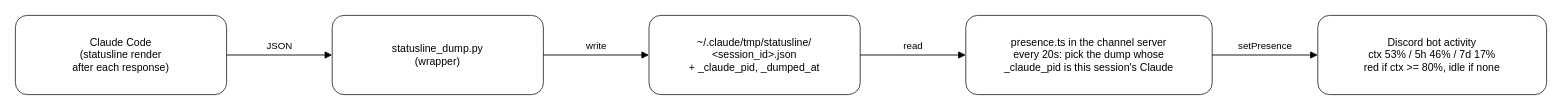
The draw.io diagram docs/diagrams/presence.drawio in ryuki-imachi/claude-code-discord-bot, before the edit. Source tidied: cells renumbered, new cells numbered last; positions are measured from the earlier drawing's top-left corner, leaving out a move shared by most shapes. Both pictures are drawn from the tidied source at 88%, with x=0, y=0 at pixel (15, 15).
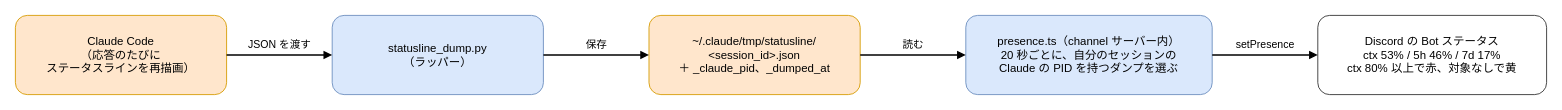
After the change.

Diff of the diagram source:
```diff
@@
 <mxGraphModel>
   <root>
     <mxCell id="0" />
     <mxCell id="1" parent="0" />
-    <mxCell id="2" value="Claude Code&lt;br&gt;(statusline render&lt;br&gt;after each response)" style="rounded=1;whiteSpace=wrap;html=1;fillColor=#FFFFFF;strokeColor=#333333;fontSize=12;" parent="1" vertex="1">
+    <mxCell id="2" value="Claude Code&lt;br&gt;（応答のたびに&lt;br&gt;ステータスラインを再描画）" style="rounded=1;whiteSpace=wrap;html=1;fillColor=#FFE6CC;strokeColor=#D79B00;fontSize=13;" parent="1" vertex="1">
       <mxGeometry width="240" height="90" as="geometry" />
     </mxCell>
-    <mxCell id="3" value="statusline_dump.py&lt;br&gt;(wrapper)" style="rounded=1;whiteSpace=wrap;html=1;fillColor=#FFFFFF;strokeColor=#333333;fontSize=12;" parent="1" vertex="1">
+    <mxCell id="3" value="statusline_dump.py&lt;br&gt;（ラッパー）" style="rounded=1;whiteSpace=wrap;html=1;fillColor=#DAE8FC;strokeColor=#6C8EBF;fontSize=13;" parent="1" vertex="1">
       <mxGeometry x="360" width="240" height="90" as="geometry" />
     </mxCell>
-    <mxCell id="4" value="~/.claude/tmp/statusline/&lt;br&gt;&amp;lt;session_id&amp;gt;.json&lt;br&gt;+ _claude_pid, _dumped_at" style="rounded=1;whiteSpace=wrap;html=1;fillColor=#FFFFFF;strokeColor=#333333;fontSize=12;" parent="1" vertex="1">
+    <mxCell id="4" value="~/.claude/tmp/statusline/&lt;br&gt;&amp;lt;session_id&amp;gt;.json&lt;br&gt;＋ _claude_pid、_dumped_at" style="rounded=1;whiteSpace=wrap;html=1;fillColor=#FFE6CC;strokeColor=#D79B00;fontSize=13;" parent="1" vertex="1">
       <mxGeometry x="720" width="240" height="90" as="geometry" />
     </mxCell>
-    <mxCell id="5" value="presence.ts in the channel server&lt;br&gt;every 20s: pick the dump whose&lt;br&gt;_claude_pid is this session's Claude" style="rounded=1;whiteSpace=wrap;html=1;fillColor=#FFFFFF;strokeColor=#333333;fontSize=12;" parent="1" vertex="1">
+    <mxCell id="5" value="presence.ts（channel サーバー内）&lt;br&gt;20 秒ごとに、自分のセッションの&lt;br&gt;Claude の PID を持つダンプを選ぶ" style="rounded=1;whiteSpace=wrap;html=1;fillColor=#DAE8FC;strokeColor=#6C8EBF;fontSize=13;" parent="1" vertex="1">
       <mxGeometry x="1080" width="280" height="90" as="geometry" />
     </mxCell>
-    <mxCell id="6" value="Discord bot activity&lt;br&gt;ctx 53% / 5h 46% / 7d 17%&lt;br&gt;red if ctx &gt;= 80%, idle if none" style="rounded=1;whiteSpace=wrap;html=1;fillColor=#FFFFFF;strokeColor=#333333;fontSize=12;" parent="1" vertex="1">
+    <mxCell id="6" value="Discord の Bot ステータス&lt;br&gt;ctx 53% / 5h 46% / 7d 17%&lt;br&gt;ctx 80% 以上で赤、対象なしで黄" style="rounded=1;whiteSpace=wrap;html=1;fillColor=#FFFFFF;strokeColor=#333333;fontSize=13;" parent="1" vertex="1">
       <mxGeometry x="1480" width="260" height="90" as="geometry" />
     </mxCell>
-    <mxCell id="7" value="JSON" style="edgeStyle=orthogonalEdgeStyle;rounded=1;html=1;fontSize=11;endArrow=block;endFill=1;" parent="1" edge="1" source="2" target="3">
+    <mxCell id="7" value="JSON を渡す" style="edgeStyle=orthogonalEdgeStyle;rounded=0;html=1;fontSize=12;endArrow=block;endFill=1;strokeWidth=1.5;" parent="1" edge="1" source="2" target="3">
       <mxGeometry relative="1" as="geometry">
-        <mxPoint y="-10" as="offset" />
+        <mxPoint y="-12" as="offset" />
       </mxGeometry>
     </mxCell>
-    <mxCell id="8" value="write" style="edgeStyle=orthogonalEdgeStyle;rounded=1;html=1;fontSize=11;endArrow=block;endFill=1;" parent="1" edge="1" source="3" target="4">
+    <mxCell id="8" value="保存" style="edgeStyle=orthogonalEdgeStyle;rounded=0;html=1;fontSize=12;endArrow=block;endFill=1;strokeWidth=1.5;" parent="1" edge="1" source="3" target="4">
       <mxGeometry relative="1" as="geometry">
-        <mxPoint y="-10" as="offset" />
+        <mxPoint y="-12" as="offset" />
       </mxGeometry>
     </mxCell>
-    <mxCell id="9" value="read" style="edgeStyle=orthogonalEdgeStyle;rounded=1;html=1;fontSize=11;endArrow=block;endFill=1;" parent="1" edge="1" source="4" target="5">
+    <mxCell id="9" value="読む" style="edgeStyle=orthogonalEdgeStyle;rounded=0;html=1;fontSize=12;endArrow=block;endFill=1;strokeWidth=1.5;" parent="1" edge="1" source="4" target="5">
       <mxGeometry relative="1" as="geometry">
-        <mxPoint y="-10" as="offset" />
+        <mxPoint y="-12" as="offset" />
       </mxGeometry>
     </mxCell>
-    <mxCell id="10" value="setPresence" style="edgeStyle=orthogonalEdgeStyle;rounded=1;html=1;fontSize=11;endArrow=block;endFill=1;" parent="1" edge="1" source="5" target="6">
+    <mxCell id="10" value="setPresence" style="edgeStyle=orthogonalEdgeStyle;rounded=0;html=1;fontSize=12;endArrow=block;endFill=1;strokeWidth=1.5;" parent="1" edge="1" source="5" target="6">
       <mxGeometry relative="1" as="geometry">
-        <mxPoint y="-10" as="offset" />
+        <mxPoint y="-12" as="offset" />
       </mxGeometry>
     </mxCell>
   </root>
 </mxGraphModel>
```
